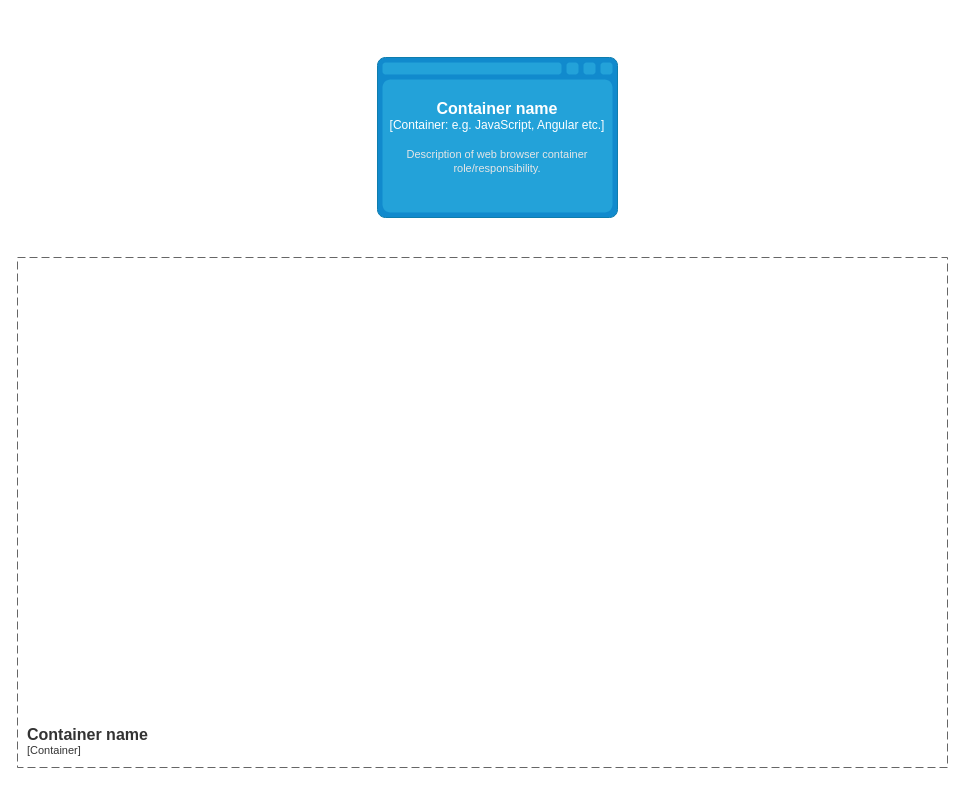
Muking3/Project_API_Twitter keeps this draw.io diagram as page "Component" (3 of 4) of Project_API_Twitter.drawio. Above is the earlier version. Source tidied: cells renumbered, new cells numbered last; positions are measured from the earlier drawing's top-left corner, leaving out a move shared by most shapes. Both pictures are drawn from the tidied source at 100%, with x=0, y=0 at pixel (17, 57).
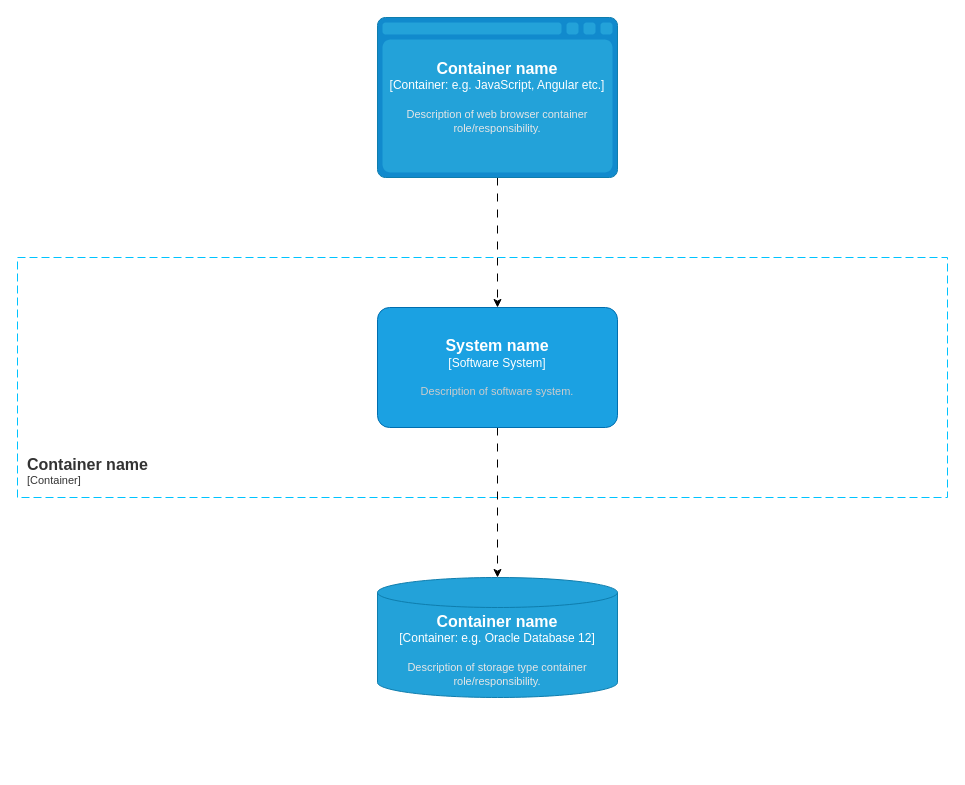
After the change.

The edit, as a diff of the source:
```diff
@@
 <mxGraphModel>
   <root>
     <mxCell id="0" />
     <mxCell id="1" parent="0" />
+    <mxCell id="4" style="edgeStyle=orthogonalEdgeStyle;rounded=0;jettySize=auto;html=1;dashed=1;dashPattern=8 8;" parent="1" edge="1" source="2" target="6">
+      <mxGeometry relative="1" as="geometry" />
+    </mxCell>
     <object id="2" label="&lt;font style=&quot;font-size: 16px&quot;&gt;&lt;b&gt;%c4Type%&lt;/b&gt;&lt;/font&gt;&lt;div&gt;[%c4Container%:&amp;nbsp;%c4Technology%]&lt;/div&gt;&lt;br&gt;&lt;div&gt;&lt;font style=&quot;font-size: 11px&quot;&gt;&lt;font color=&quot;#E6E6E6&quot;&gt;%c4Description%&lt;/font&gt;&lt;/div&gt;" c4Container="Container" c4Description="Description of web browser container role/responsibility." c4Technology="e.g. JavaScript, Angular etc." c4Type="Container name" placeholders="1">
       <mxCell style="shape=mxgraph.c4.webBrowserContainer2;whiteSpace=wrap;html=1;boundedLbl=1;rounded=0;labelBackgroundColor=none;strokeColor=#118ACD;fillColor=#23A2D9;strokeColor=#118ACD;strokeColor2=#0E7DAD;fontSize=12;fontColor=#ffffff;align=center;points=[[0.5,0,0],[1,0.25,0],[1,0.5,0],[1,0.75,0],[0.5,1,0],[0,0.75,0],[0,0.5,0],[0,0.25,0]];" parent="1" vertex="1">
-        <mxGeometry x="360" width="240" height="160" as="geometry" />
+        <mxGeometry x="360" y="-40" width="240" height="160" as="geometry" />
       </mxCell>
     </object>
     <object id="3" label="&lt;font style=&quot;font-size: 16px&quot;&gt;&lt;b&gt;&lt;div style=&quot;text-align: left&quot;&gt;%c4Name%&lt;/div&gt;&lt;/b&gt;&lt;/font&gt;&lt;div style=&quot;text-align: left&quot;&gt;[%c4Application%]&lt;/div&gt;" c4Application="Container" c4Name="Container name" placeholders="1">
-      <mxCell style="rounded=0;fontSize=11;whiteSpace=wrap;html=1;dashed=1;arcSize=20;fillColor=none;strokeColor=#666666;fontColor=#333333;labelBackgroundColor=none;align=left;verticalAlign=bottom;labelBorderColor=none;spacingTop=0;spacing=10;dashPattern=8 4;perimeter=rectanglePerimeter;noLabel=0;labelPadding=0;absoluteArcSize=1;" parent="1" vertex="1">
-        <mxGeometry y="200" width="930" height="510" as="geometry" />
+      <mxCell style="rounded=0;fontSize=11;whiteSpace=wrap;html=1;dashed=1;arcSize=20;fillColor=none;strokeColor=#00C3FF;fontColor=#333333;labelBackgroundColor=none;align=left;verticalAlign=bottom;labelBorderColor=none;spacingTop=0;spacing=10;dashPattern=8 4;perimeter=rectanglePerimeter;noLabel=0;labelPadding=0;absoluteArcSize=1;" parent="1" vertex="1">
+        <mxGeometry y="200" width="930" height="240" as="geometry" />
       </mxCell>
     </object>
+    <mxCell id="5" style="edgeStyle=orthogonalEdgeStyle;rounded=0;jettySize=auto;html=1;dashed=1;dashPattern=8 8;" parent="1" edge="1" source="6" target="7">
+      <mxGeometry relative="1" as="geometry" />
+    </mxCell>
+    <object id="6" label="&lt;font style=&quot;font-size: 16px&quot;&gt;&lt;b&gt;%c4Name%&lt;/b&gt;&lt;/font&gt;&lt;div&gt;[%c4Type%]&lt;/div&gt;&lt;br&gt;&lt;div&gt;&lt;font style=&quot;font-size: 11px&quot;&gt;&lt;font color=&quot;#cccccc&quot;&gt;%c4Description%&lt;/font&gt;&lt;/div&gt;" c4Description="Description of software system." c4Name="System name" c4Type="Software System" placeholders="1">
+      <mxCell style="rounded=1;whiteSpace=wrap;html=1;labelBackgroundColor=none;fillColor=#1ba1e2;fontColor=#ffffff;align=center;arcSize=10;strokeColor=#006EAF;points=[[0.25,0,0],[0.5,0,0],[0.75,0,0],[1,0.25,0],[1,0.5,0],[1,0.75,0],[0.75,1,0],[0.5,1,0],[0.25,1,0],[0,0.75,0],[0,0.5,0],[0,0.25,0]];" parent="1" vertex="1">
+        <mxGeometry x="360" y="250" width="240" height="120" as="geometry" />
+      </mxCell>
+    </object>
+    <object id="7" label="&lt;font style=&quot;font-size: 16px&quot;&gt;&lt;b&gt;%c4Type%&lt;/b&gt;&lt;/font&gt;&lt;div&gt;[%c4Container%:&amp;nbsp;%c4Technology%]&lt;/div&gt;&lt;br&gt;&lt;div&gt;&lt;font style=&quot;font-size: 11px&quot;&gt;&lt;font color=&quot;#E6E6E6&quot;&gt;%c4Description%&lt;/font&gt;&lt;/div&gt;" c4Container="Container" c4Description="Description of storage type container role/responsibility." c4Technology="e.g. Oracle Database 12" c4Type="Container name" placeholders="1">
+      <mxCell style="shape=cylinder3;size=15;whiteSpace=wrap;html=1;boundedLbl=1;rounded=0;labelBackgroundColor=none;fillColor=#23A2D9;fontSize=12;fontColor=#ffffff;align=center;strokeColor=#0E7DAD;points=[[0.5,0,0],[1,0.25,0],[1,0.5,0],[1,0.75,0],[0.5,1,0],[0,0.75,0],[0,0.5,0],[0,0.25,0]];" parent="1" vertex="1">
+        <mxGeometry x="360" y="520" width="240" height="120" as="geometry" />
+      </mxCell>
+    </object>
   </root>
 </mxGraphModel>
```
